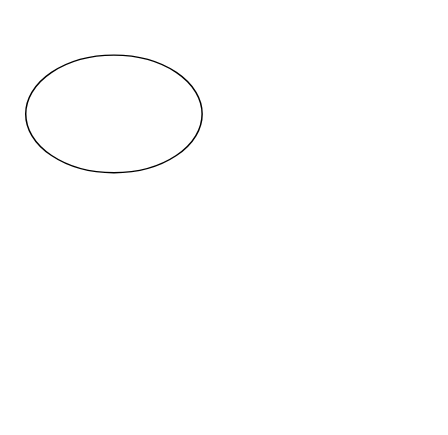
This is Untitled Diagram.drawio from yukito/misc, a draw.io file, before an edit. Source tidied: cells renumbered, new cells numbered last; positions are measured from the earlier drawing's top-left corner, leaving out a move shared by most shapes. Both pictures are drawn from the tidied source at 147%, with x=0, y=0 at pixel (25, 54).
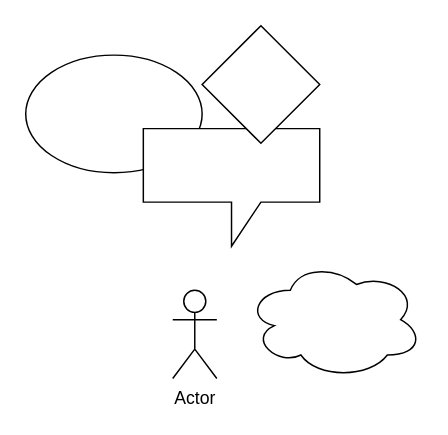
Above is the later version.

Diff of the diagram source:
```diff
@@
 <mxGraphModel>
   <root>
     <mxCell id="0" />
     <mxCell id="1" parent="0" />
     <mxCell id="2" style="ellipse;whiteSpace=wrap;html=1;" parent="1" vertex="1">
       <mxGeometry width="120" height="80" as="geometry" />
     </mxCell>
+    <mxCell id="3" style="shape=callout;whiteSpace=wrap;html=1;perimeter=calloutPerimeter;" parent="1" vertex="1">
+      <mxGeometry x="80" y="50" width="120" height="80" as="geometry" />
+    </mxCell>
+    <mxCell id="4" style="rhombus;whiteSpace=wrap;html=1;" parent="1" vertex="1">
+      <mxGeometry x="120" y="-20" width="80" height="80" as="geometry" />
+    </mxCell>
+    <mxCell id="5" parent="0" />
+    <mxCell id="6" style="ellipse;shape=cloud;whiteSpace=wrap;html=1;" parent="5" vertex="1">
+      <mxGeometry x="150" y="140" width="120" height="80" as="geometry" />
+    </mxCell>
+    <mxCell id="7" value="Actor" style="shape=umlActor;verticalLabelPosition=bottom;verticalAlign=top;html=1;" parent="5" vertex="1">
+      <mxGeometry x="100" y="160" width="30" height="60" as="geometry" />
+    </mxCell>
   </root>
 </mxGraphModel>
```
